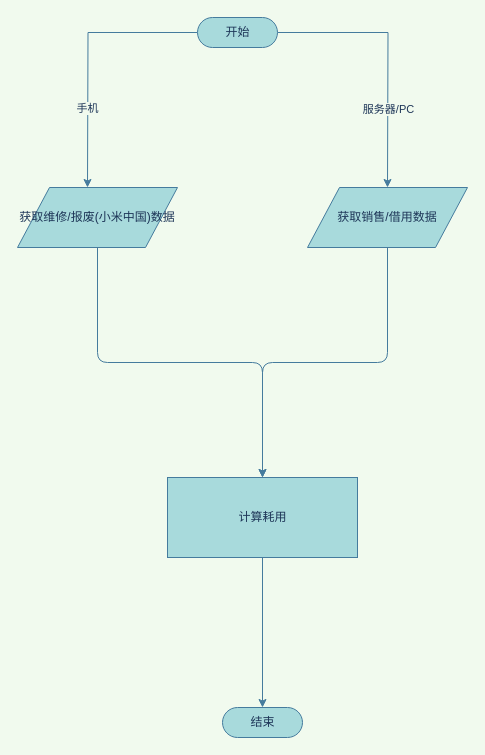
This is Untitled Diagram.drawio from ymf1234/flow-chart, a draw.io file, before an edit. Source tidied: cells renumbered, new cells numbered last; positions are measured from the earlier drawing's top-left corner, leaving out a move shared by most shapes. Both pictures are drawn from the tidied source at 100%, with x=0, y=0 at pixel (17, 17).
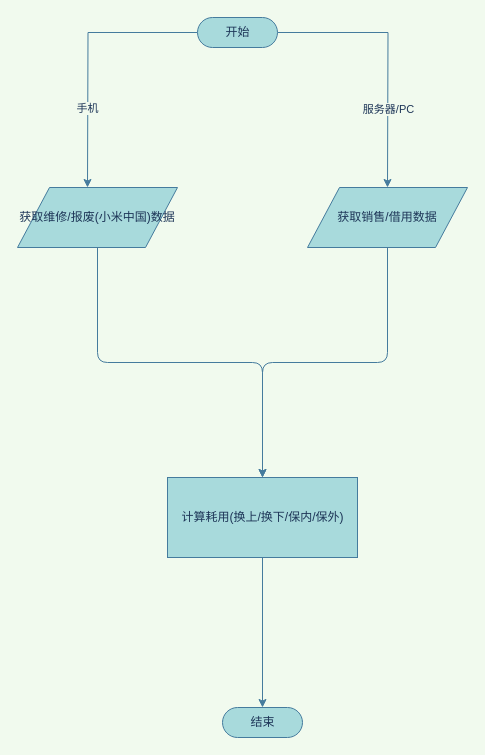
The same page after the edit.

Commit message:
修改耗用流程图

Diff of the diagram source:
```diff
@@
 <mxGraphModel background="#F1FAEE">
   <root>
     <mxCell id="0" />
     <mxCell id="1" parent="0" />
     <mxCell id="2" style="edgeStyle=orthogonalEdgeStyle;rounded=0;jettySize=auto;html=1;labelBackgroundColor=#F1FAEE;strokeColor=#457B9D;fontColor=#1D3557;" parent="1" edge="1" source="6">
       <mxGeometry relative="1" as="geometry">
         <mxPoint x="70" y="170" as="targetPoint" />
       </mxGeometry>
     </mxCell>
     <mxCell id="3" value="手机" style="edgeLabel;html=1;align=center;verticalAlign=middle;labelBackgroundColor=#F1FAEE;fontColor=#1D3557;" parent="2" vertex="1">
       <mxGeometry x="0.4" y="-1" relative="1" as="geometry" />
     </mxCell>
     <mxCell id="4" style="edgeStyle=orthogonalEdgeStyle;rounded=0;jettySize=auto;html=1;labelBackgroundColor=#F1FAEE;strokeColor=#457B9D;fontColor=#1D3557;" parent="1" edge="1" source="6">
       <mxGeometry relative="1" as="geometry">
         <mxPoint x="370" y="170" as="targetPoint" />
       </mxGeometry>
     </mxCell>
     <mxCell id="5" value="服务器/PC" style="edgeLabel;html=1;align=center;verticalAlign=middle;labelBackgroundColor=#F1FAEE;fontColor=#1D3557;" parent="4" vertex="1">
       <mxGeometry x="0.41" relative="1" as="geometry" />
     </mxCell>
     <mxCell id="6" value="开始" style="html=1;dashed=0;whitespace=wrap;shape=mxgraph.dfd.start;fillColor=#A8DADC;strokeColor=#457B9D;fontColor=#1D3557;" parent="1" vertex="1">
       <mxGeometry x="180" width="80" height="30" as="geometry" />
     </mxCell>
     <mxCell id="7" style="edgeStyle=orthogonalEdgeStyle;curved=0;rounded=1;sketch=0;jettySize=auto;html=1;strokeColor=#457B9D;fillColor=#A8DADC;fontColor=#1D3557;" parent="1" edge="1" source="8" target="12">
       <mxGeometry relative="1" as="geometry" />
     </mxCell>
     <mxCell id="8" value="获取维修/报废(小米中国)数据" style="shape=parallelogram;perimeter=parallelogramPerimeter;html=1;dashed=0;verticalAlign=middle;whiteSpace=wrap;fillColor=#A8DADC;strokeColor=#457B9D;fontColor=#1D3557;" parent="1" vertex="1">
       <mxGeometry y="170" width="160" height="60" as="geometry" />
     </mxCell>
     <mxCell id="9" style="edgeStyle=orthogonalEdgeStyle;curved=0;rounded=1;sketch=0;jettySize=auto;html=1;strokeColor=#457B9D;fillColor=#A8DADC;fontColor=#1D3557;entryX=0.5;entryY=0;entryDx=0;entryDy=0;" parent="1" edge="1" source="10" target="12">
       <mxGeometry relative="1" as="geometry" />
     </mxCell>
     <mxCell id="10" value="&lt;span&gt;获取销售/借用数据&lt;/span&gt;" style="shape=parallelogram;perimeter=parallelogramPerimeter;whiteSpace=wrap;html=1;dashed=0;fillColor=#A8DADC;strokeColor=#457B9D;fontColor=#1D3557;" parent="1" vertex="1">
       <mxGeometry x="290" y="170" width="160" height="60" as="geometry" />
     </mxCell>
     <mxCell id="11" style="edgeStyle=orthogonalEdgeStyle;curved=0;rounded=1;sketch=0;jettySize=auto;html=1;entryX=0.5;entryY=0.5;entryDx=0;entryDy=-15;entryPerimeter=0;strokeColor=#457B9D;fillColor=#A8DADC;fontColor=#1D3557;" parent="1" edge="1" source="12" target="13">
       <mxGeometry relative="1" as="geometry" />
     </mxCell>
-    <mxCell id="12" value="计算耗用" style="html=1;dashed=0;whitespace=wrap;rounded=0;sketch=0;strokeColor=#457B9D;fillColor=#A8DADC;fontColor=#1D3557;" parent="1" vertex="1">
+    <mxCell id="12" value="计算耗用(换上/换下/保内/保外)" style="html=1;dashed=0;whitespace=wrap;rounded=0;sketch=0;strokeColor=#457B9D;fillColor=#A8DADC;fontColor=#1D3557;" parent="1" vertex="1">
       <mxGeometry x="150" y="460" width="190" height="80" as="geometry" />
     </mxCell>
     <mxCell id="13" value="结束" style="html=1;dashed=0;whitespace=wrap;shape=mxgraph.dfd.start;fillColor=#A8DADC;strokeColor=#457B9D;fontColor=#1D3557;" parent="1" vertex="1">
       <mxGeometry x="205" y="690" width="80" height="30" as="geometry" />
     </mxCell>
   </root>
 </mxGraphModel>
```
